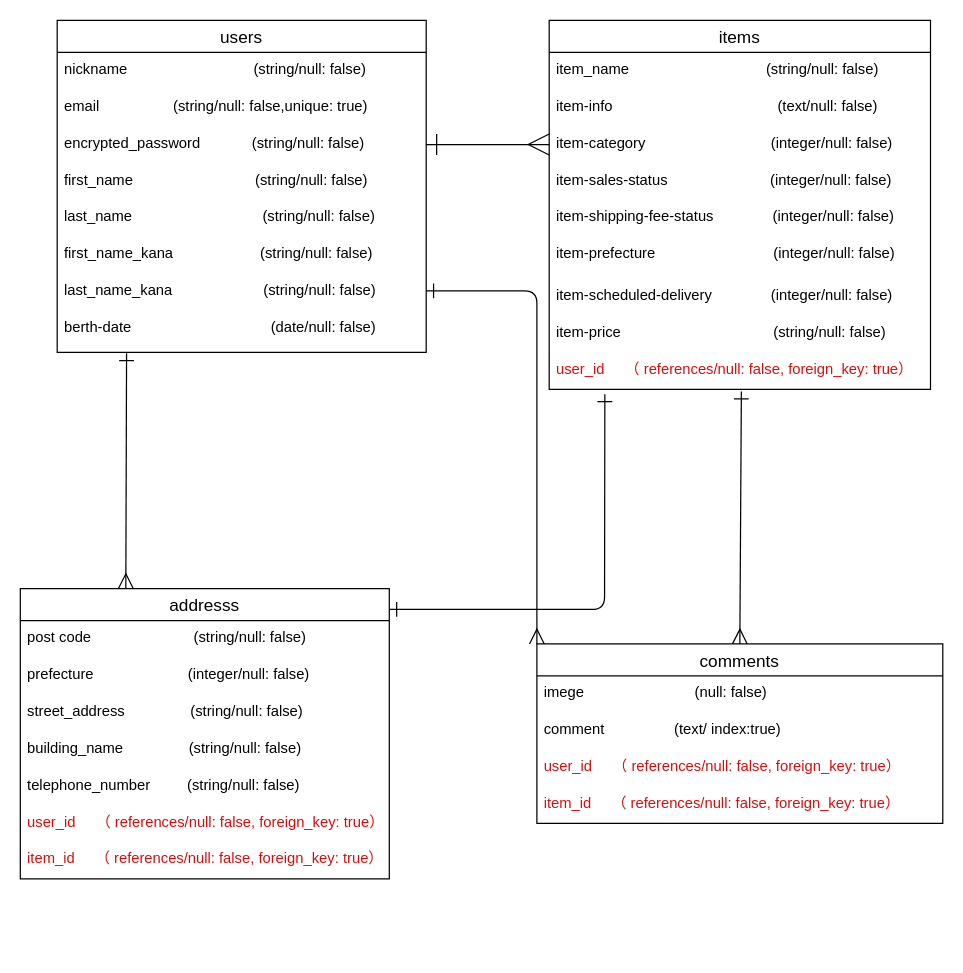
bennzou/furima-40235 keeps this draw.io diagram as config/furima.dio. Above is the earlier version. Source tidied: cells renumbered, new cells numbered last; positions are measured from the earlier drawing's top-left corner, leaving out a move shared by most shapes. Both pictures are drawn from the tidied source at 123%, with x=0, y=0 at pixel (20, 20).
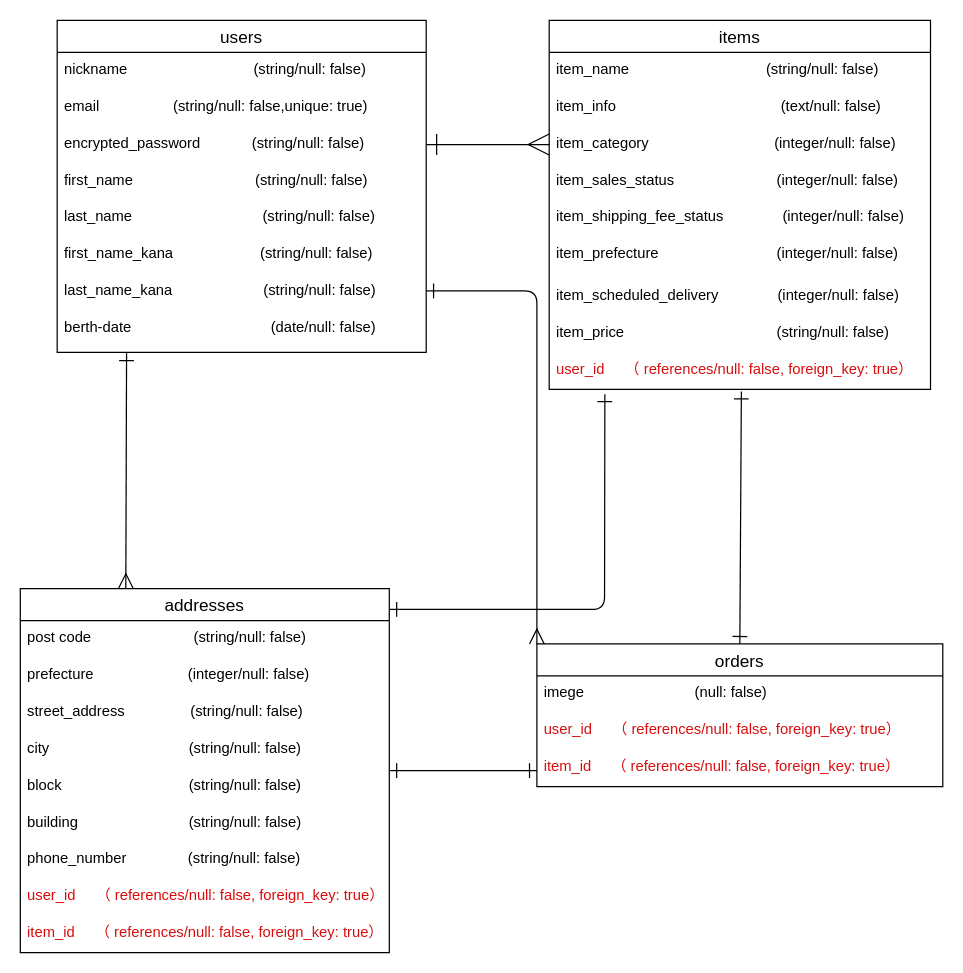
The same page after the edit.

Commit message (it also covers changes not shown here):
データベース　修正２

The change refers to these unchanged cells:
```xml
<mxCell id="11" value="items" style="swimlane;fontStyle=0;horizontal=1;startSize=26;align=center;fontSize=14;" parent="1" vertex="1">
  <mxGeometry x="430" width="310" height="300" as="geometry" />
</mxCell>
<mxCell id="20" value="user_id     （ references/null: false, foreign_key: true）" style="text;spacingLeft=4;spacingRight=4;overflow=hidden;points=[[0,0.5],[1,0.5]];portConstraint=eastwest;fontSize=12;fontColor=#d90d0d;" parent="11" vertex="1">
  <mxGeometry y="270" width="310" height="30" as="geometry" />
</mxCell>
```

Change to the diagram source:
```diff
@@
-    <mxCell id="13" value="item-info　　                                 (text/null: false)" style="text;strokeColor=none;fillColor=none;spacingLeft=4;spacingRight=4;overflow=hidden;fontSize=12;" parent="11" vertex="1">
+    <mxCell id="13" value="item_info　　                                 (text/null: false)" style="text;strokeColor=none;fillColor=none;spacingLeft=4;spacingRight=4;overflow=hidden;fontSize=12;" parent="11" vertex="1">
       <mxGeometry y="56" width="310" height="30" as="geometry" />
     </mxCell>
-    <mxCell id="14" value="item-category 　　　　　        　(integer/null: false)&#10;　　　　　" style="text;strokeColor=none;fillColor=none;spacingLeft=4;spacingRight=4;overflow=hidden;points=[[0,0.5],[1,0.5]];portConstraint=eastwest;fontSize=12;" parent="11" vertex="1">
+    <mxCell id="14" value="item_category 　　　　　        　(integer/null: false)&#10;　　　　　" style="text;strokeColor=none;fillColor=none;spacingLeft=4;spacingRight=4;overflow=hidden;points=[[0,0.5],[1,0.5]];portConstraint=eastwest;fontSize=12;" parent="11" vertex="1">
       <mxGeometry y="86" width="310" height="30" as="geometry" />
     </mxCell>
-    <mxCell id="15" value="item-sales-status　　　　       　(integer/null: false)" style="text;strokeColor=none;fillColor=none;spacingLeft=4;spacingRight=4;overflow=hidden;fontSize=12;" parent="11" vertex="1">
+    <mxCell id="15" value="item_sales_status　　　　       　(integer/null: false)" style="text;strokeColor=none;fillColor=none;spacingLeft=4;spacingRight=4;overflow=hidden;fontSize=12;" parent="11" vertex="1">
       <mxGeometry y="116" width="310" height="30" as="geometry" />
     </mxCell>
-    <mxCell id="16" value="item-shipping-fee-status　　　　(integer/null: false)" style="text;strokeColor=none;fillColor=none;spacingLeft=4;spacingRight=4;overflow=hidden;fontSize=12;" parent="11" vertex="1">
+    <mxCell id="16" value="item_shipping_fee_status　　　　(integer/null: false)" style="text;strokeColor=none;fillColor=none;spacingLeft=4;spacingRight=4;overflow=hidden;fontSize=12;" parent="11" vertex="1">
       <mxGeometry y="146" width="310" height="30" as="geometry" />
     </mxCell>
-    <mxCell id="17" value="item-prefecture　　　　　　　　(integer/null: false)" style="text;strokeColor=none;fillColor=none;spacingLeft=4;spacingRight=4;overflow=hidden;fontSize=12;" parent="11" vertex="1">
+    <mxCell id="17" value="item_prefecture　　　　　　　　(integer/null: false)" style="text;strokeColor=none;fillColor=none;spacingLeft=4;spacingRight=4;overflow=hidden;fontSize=12;" parent="11" vertex="1">
       <mxGeometry y="176" width="310" height="34" as="geometry" />
     </mxCell>
-    <mxCell id="18" value="item-scheduled-delivery　　　　(integer/null: false)" style="text;strokeColor=none;fillColor=none;spacingLeft=4;spacingRight=4;overflow=hidden;fontSize=12;" parent="11" vertex="1">
+    <mxCell id="18" value="item_scheduled_delivery　　　　(integer/null: false)" style="text;strokeColor=none;fillColor=none;spacingLeft=4;spacingRight=4;overflow=hidden;fontSize=12;" parent="11" vertex="1">
       <mxGeometry y="210" width="310" height="30" as="geometry" />
     </mxCell>
-    <mxCell id="19" value="item-price　　　　　　　            (string/null: false)" style="text;strokeColor=none;fillColor=none;spacingLeft=4;spacingRight=4;overflow=hidden;fontSize=12;" parent="11" vertex="1">
+    <mxCell id="19" value="item_price　　　　　　　            (string/null: false)" style="text;strokeColor=none;fillColor=none;spacingLeft=4;spacingRight=4;overflow=hidden;fontSize=12;" parent="11" vertex="1">
       <mxGeometry y="240" width="310" height="30" as="geometry" />
     </mxCell>
@@
-    <mxCell id="21" value="comments" style="swimlane;fontStyle=0;horizontal=1;startSize=26;align=center;fontSize=14;" parent="1" vertex="1">
-      <mxGeometry x="420" y="507" width="330" height="146" as="geometry" />
+    <mxCell id="21" value="orders" style="swimlane;fontStyle=0;horizontal=1;startSize=26;align=center;fontSize=14;" parent="1" vertex="1">
+      <mxGeometry x="420" y="507" width="330" height="116" as="geometry" />
     </mxCell>
@@
-    <mxCell id="23" value="comment                 (text/ index:true)" style="text;strokeColor=none;fillColor=none;spacingLeft=4;spacingRight=4;overflow=hidden;fontSize=12;" parent="21" vertex="1">
-      <mxGeometry y="56" width="330" height="30" as="geometry" />
-    </mxCell>
     <mxCell id="24" value="user_id     （ references/null: false, foreign_key: true）" style="text;spacingLeft=4;spacingRight=4;overflow=hidden;fontSize=12;fontColor=#d90d0d;" parent="21" vertex="1">
-      <mxGeometry y="86" width="330" height="30" as="geometry" />
+      <mxGeometry y="56" width="330" height="30" as="geometry" />
     </mxCell>
     <mxCell id="25" value="item_id     （ references/null: false, foreign_key: true）" style="text;spacingLeft=4;spacingRight=4;overflow=hidden;fontSize=12;fontColor=#d90d0d;" parent="21" vertex="1">
-      <mxGeometry y="116" width="330" height="30" as="geometry" />
+      <mxGeometry y="86" width="330" height="30" as="geometry" />
     </mxCell>
+    <mxCell id="39" style="edgeStyle=none;html=1;exitX=1;exitY=0.5;exitDx=0;exitDy=0;startArrow=ERone;startFill=0;endArrow=ERone;endFill=0;startSize=10;endSize=10;" parent="1" edge="1" source="26">
+      <mxGeometry relative="1" as="geometry">
+        <mxPoint x="420" y="610" as="targetPoint" />
+      </mxGeometry>
+    </mxCell>
-    <mxCell id="26" value="addresss" style="swimlane;fontStyle=0;horizontal=1;startSize=26;align=center;fontSize=14;" parent="1" vertex="1">
-      <mxGeometry y="462" width="300" height="236" as="geometry" />
+    <mxCell id="26" value="addresses" style="swimlane;fontStyle=0;horizontal=1;startSize=26;align=center;fontSize=14;" parent="1" vertex="1">
+      <mxGeometry y="462" width="300" height="296" as="geometry" />
     </mxCell>
@@
-    <mxCell id="30" value="building_name                (string/null: false)" style="text;strokeColor=none;fillColor=none;spacingLeft=4;spacingRight=4;overflow=hidden;fontSize=12;" parent="26" vertex="1">
+    <mxCell id="30" value="city                                  (string/null: false)" style="text;strokeColor=none;fillColor=none;spacingLeft=4;spacingRight=4;overflow=hidden;fontSize=12;" parent="26" vertex="1">
       <mxGeometry y="116" width="300" height="30" as="geometry" />
     </mxCell>
+    <mxCell id="40" value="block                               (string/null: false)" style="text;strokeColor=none;fillColor=none;spacingLeft=4;spacingRight=4;overflow=hidden;fontSize=12;" parent="26" vertex="1">
+      <mxGeometry y="146" width="300" height="30" as="geometry" />
+    </mxCell>
+    <mxCell id="41" value="building                           (string/null: false)" style="text;strokeColor=none;fillColor=none;spacingLeft=4;spacingRight=4;overflow=hidden;fontSize=12;" parent="26" vertex="1">
+      <mxGeometry y="176" width="300" height="30" as="geometry" />
+    </mxCell>
-    <mxCell id="31" value="telephone_number         (string/null: false)" style="text;strokeColor=none;fillColor=none;spacingLeft=4;spacingRight=4;overflow=hidden;fontSize=12;" parent="26" vertex="1">
-      <mxGeometry y="146" width="300" height="30" as="geometry" />
+    <mxCell id="31" value="phone_number               (string/null: false)" style="text;strokeColor=none;fillColor=none;spacingLeft=4;spacingRight=4;overflow=hidden;fontSize=12;" parent="26" vertex="1">
+      <mxGeometry y="206" width="300" height="30" as="geometry" />
     </mxCell>
     <mxCell id="32" value="user_id     （ references/null: false, foreign_key: true）" style="text;strokeColor=none;fillColor=none;spacingLeft=4;spacingRight=4;overflow=hidden;fontSize=12;fontColor=#dd0808;" parent="26" vertex="1">
-      <mxGeometry y="176" width="300" height="30" as="geometry" />
+      <mxGeometry y="236" width="300" height="30" as="geometry" />
     </mxCell>
     <mxCell id="33" value="item_id     （ references/null: false, foreign_key: true）" style="text;spacingLeft=4;spacingRight=4;overflow=hidden;fontSize=12;fontColor=#d90d0d;" parent="26" vertex="1">
-      <mxGeometry y="206" width="300" height="30" as="geometry" />
+      <mxGeometry y="266" width="300" height="30" as="geometry" />
     </mxCell>
@@
-    <mxCell id="36" style="edgeStyle=none;shape=connector;rounded=1;html=1;labelBackgroundColor=default;strokeColor=default;fontFamily=Helvetica;fontSize=12;fontColor=default;startArrow=ERone;startFill=0;endArrow=ERmany;endFill=0;endSize=10;startSize=10;exitX=0.504;exitY=1.059;exitDx=0;exitDy=0;exitPerimeter=0;entryX=0.5;entryY=0;entryDx=0;entryDy=0;" parent="1" edge="1" source="20" target="21">
+    <mxCell id="36" style="edgeStyle=none;shape=connector;rounded=1;html=1;labelBackgroundColor=default;strokeColor=default;fontFamily=Helvetica;fontSize=12;fontColor=default;startArrow=ERone;startFill=0;endArrow=ERone;endFill=0;endSize=10;startSize=10;exitX=0.504;exitY=1.059;exitDx=0;exitDy=0;exitPerimeter=0;entryX=0.5;entryY=0;entryDx=0;entryDy=0;" parent="1" edge="1" source="20" target="21">
       <mxGeometry relative="1" as="geometry" />
     </mxCell>
```
